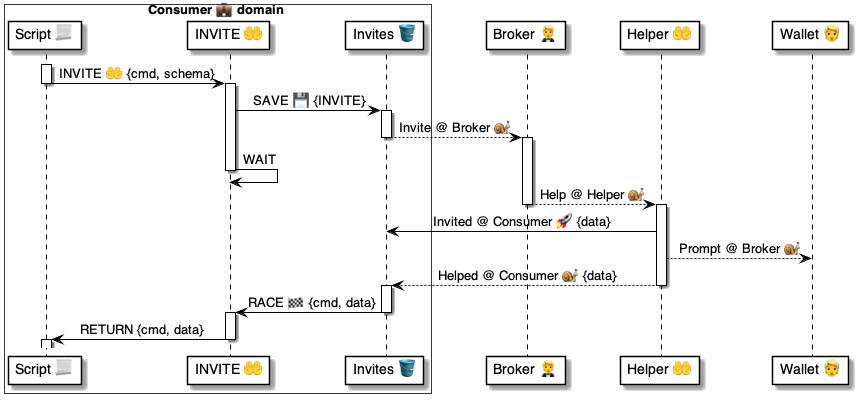
The PlantUML diagram 4 ⚙️ Solution/41 🎭 Domain Roles/Consumers 💼/💼⌘ Consumer cmds/INVITE 🤲/🤲 INVITE ⚙️ uml.png in pollyweb-org/pollyweb-docs, before a commit. Its source is kept beside it as 4 ⚙️ Solution/41 🎭 Domain Roles/Consumers 💼/💼⌘ Consumer cmds/INVITE 🤲/🤲 INVITE ⚙️ uml.puml.
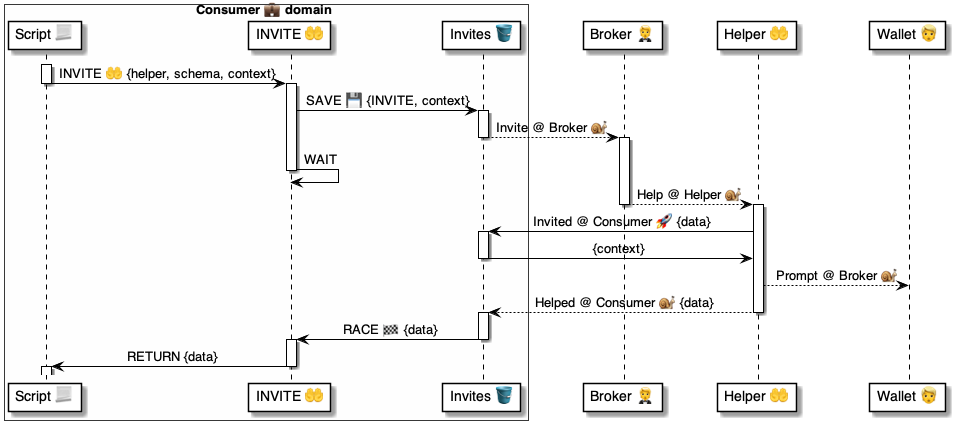
The same diagram one commit later.

Diff of the diagram source:
```diff
@@ -11,11 +11,11 @@
 
 
 activate script
-    script -> cmd: INVITE 🤲 {cmd, schema}
+    script -> cmd: INVITE 🤲 {helper, schema, context}
 deactivate script
 
 activate cmd
-    cmd -> table: SAVE 💾 {INVITE}
+    cmd -> table: SAVE 💾 {INVITE, context}
 
 activate table
     table --> broker: Invite @ Broker 🐌
@@ -28,17 +28,22 @@
 deactivate broker
 
 activate helper
+
     helper -> table: Invited @ Consumer 🚀 {data}
+    activate table
+        table -> helper: {context}
+    deactivate table
+
     helper --> wallet: Prompt @ Broker 🐌
     helper --> table: Helped @ Consumer 🐌 {data}
 deactivate helper
 
 activate table
-    table -> cmd: RACE 🏁 {cmd, data}
+    table -> cmd: RACE 🏁 {data}
 deactivate table
 
 activate cmd
-    cmd -> script: RETURN {cmd, data}
+    cmd -> script: RETURN {data}
 deactivate cmd
 
 activate script
```
